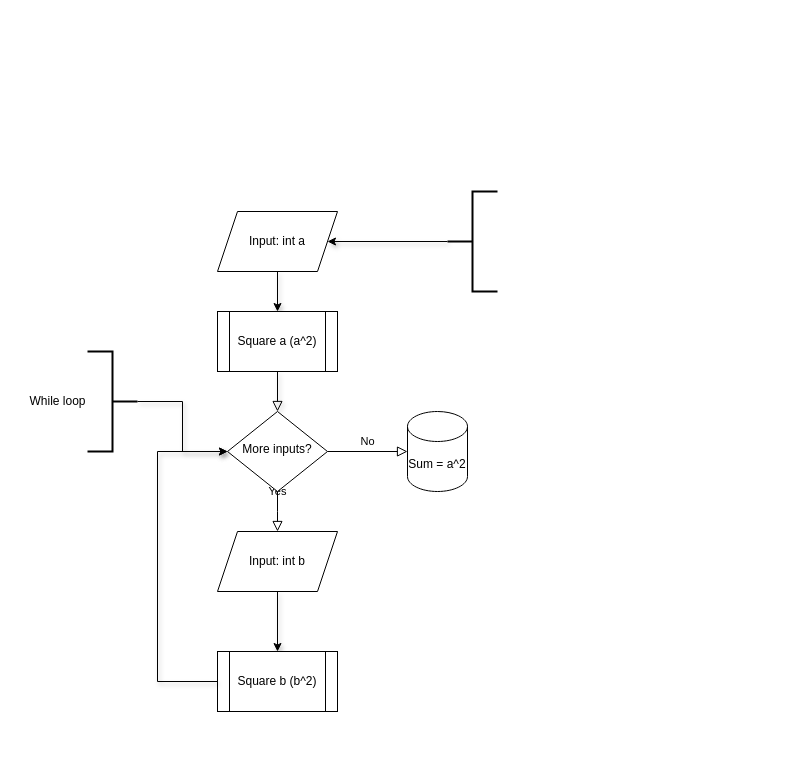
Earlier version of the draw.io diagram Untitled Diagram.drawio (Hershewajue/Algorithms). Source tidied: cells renumbered, new cells numbered last; positions are measured from the earlier drawing's top-left corner, leaving out a move shared by most shapes. Both pictures are drawn from the tidied source at 100%, with x=0, y=0 at pixel (17, 191).
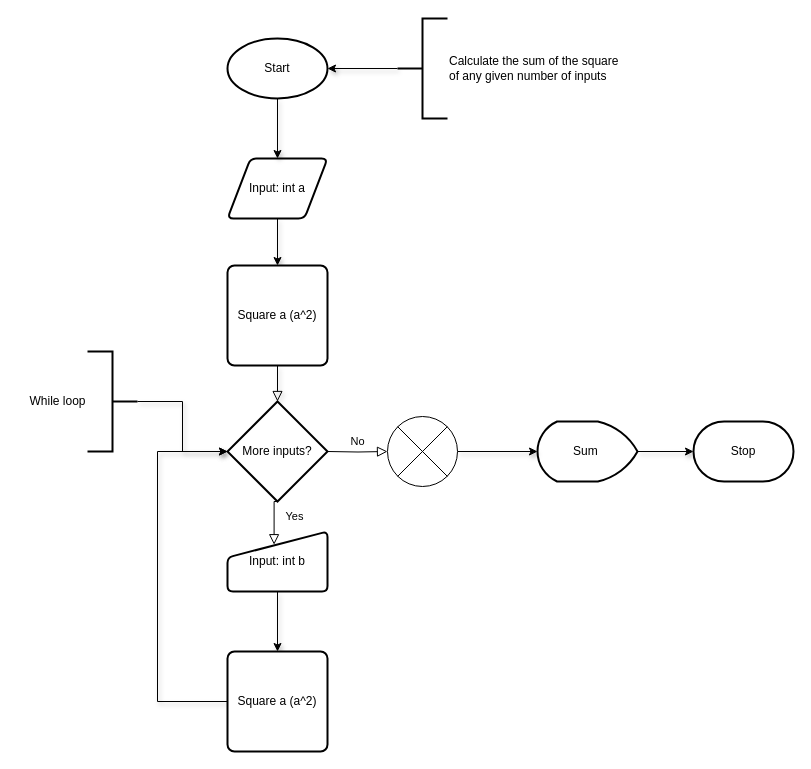
The same page after the edit.

Change to the diagram source:
```diff
@@
-    <mxCell id="2" style="rounded=0;html=1;jettySize=auto;fontSize=11;endArrow=block;endFill=0;endSize=8;strokeWidth=1;shadow=1;labelBackgroundColor=none;edgeStyle=orthogonalEdgeStyle;exitX=0.5;exitY=1;exitDx=0;exitDy=0;" parent="1" edge="1" source="9" target="6">
+    <mxCell id="2" style="rounded=0;html=1;jettySize=auto;fontSize=11;endArrow=block;endFill=0;endSize=8;strokeWidth=1;shadow=1;labelBackgroundColor=none;edgeStyle=orthogonalEdgeStyle;exitX=0.5;exitY=1;exitDx=0;exitDy=0;entryX=0.5;entryY=0;entryDx=0;entryDy=0;entryPerimeter=0;" parent="1" edge="1" source="26" target="6">
       <mxGeometry relative="1" as="geometry" />
     </mxCell>
-    <mxCell id="3" style="edgeStyle=orthogonalEdgeStyle;rounded=0;jettySize=auto;html=1;shadow=1;entryX=0.5;entryY=0;entryDx=0;entryDy=0;exitX=0.5;exitY=1;exitDx=0;exitDy=0;" parent="1" edge="1" source="7" target="9">
+    <mxCell id="3" style="edgeStyle=orthogonalEdgeStyle;rounded=0;jettySize=auto;html=1;shadow=1;entryX=0.5;entryY=0;entryDx=0;entryDy=0;exitX=0.5;exitY=1;exitDx=0;exitDy=0;" parent="1" edge="1" source="7" target="26">
       <mxGeometry relative="1" as="geometry" />
     </mxCell>
-    <mxCell id="4" value="Yes" style="rounded=0;html=1;jettySize=auto;fontSize=11;endArrow=block;endFill=0;endSize=8;strokeWidth=1;shadow=0;labelBackgroundColor=none;edgeStyle=orthogonalEdgeStyle;" parent="1" edge="1" source="6">
+    <mxCell id="4" value="Yes" style="rounded=0;html=1;jettySize=auto;fontSize=11;endArrow=block;endFill=0;endSize=8;strokeWidth=1;shadow=0;labelBackgroundColor=none;edgeStyle=orthogonalEdgeStyle;entryX=0.466;entryY=0.22;entryDx=0;entryDy=0;entryPerimeter=0;" parent="1" edge="1" target="10">
       <mxGeometry y="20" relative="1" as="geometry">
-        <mxPoint x="260" y="340" as="targetPoint" />
+        <mxPoint x="260" y="300" as="sourcePoint" />
+        <Array as="points">
+          <mxPoint x="260" y="310" />
+          <mxPoint x="257" y="310" />
+        </Array>
       </mxGeometry>
     </mxCell>
-    <mxCell id="5" value="No" style="edgeStyle=orthogonalEdgeStyle;rounded=0;html=1;jettySize=auto;fontSize=11;endArrow=block;endFill=0;endSize=8;strokeWidth=1;shadow=0;labelBackgroundColor=none;entryX=0;entryY=0.5;entryDx=0;entryDy=0;entryPerimeter=0;" parent="1" edge="1" source="6" target="8">
-      <mxGeometry y="10" relative="1" as="geometry" />
+    <mxCell id="5" value="No" style="edgeStyle=orthogonalEdgeStyle;rounded=0;html=1;jettySize=auto;fontSize=11;endArrow=block;endFill=0;endSize=8;strokeWidth=1;shadow=0;labelBackgroundColor=none;entryX=0;entryY=0.5;entryDx=0;entryDy=0;entryPerimeter=0;" parent="1" edge="1" target="25">
+      <mxGeometry y="10" relative="1" as="geometry">
+        <mxPoint x="310" y="260" as="sourcePoint" />
+      </mxGeometry>
     </mxCell>
-    <mxCell id="6" value="More inputs?" style="rhombus;whiteSpace=wrap;html=1;shadow=0;fontFamily=Helvetica;fontSize=12;align=center;strokeWidth=1;spacing=6;spacingTop=-4;" parent="1" vertex="1">
-      <mxGeometry x="210" y="220" width="100" height="80" as="geometry" />
-    </mxCell>
-    <mxCell id="7" value="Input: int a" style="shape=parallelogram;perimeter=parallelogramPerimeter;whiteSpace=wrap;html=1;fixedSize=1;" parent="1" vertex="1">
-      <mxGeometry x="200" y="20" width="120" height="60" as="geometry" />
-    </mxCell>
-    <mxCell id="8" value="Sum = a^2" style="shape=cylinder3;whiteSpace=wrap;html=1;boundedLbl=1;backgroundOutline=1;size=15;" parent="1" vertex="1">
-      <mxGeometry x="390" y="220" width="60" height="80" as="geometry" />
-    </mxCell>
-    <mxCell id="9" value="Square a (a^2)" style="shape=process;whiteSpace=wrap;html=1;backgroundOutline=1;" parent="1" vertex="1">
-      <mxGeometry x="200" y="120" width="120" height="60" as="geometry" />
-    </mxCell>
-    <mxCell id="10" value="Input: int b" style="shape=parallelogram;perimeter=parallelogramPerimeter;whiteSpace=wrap;html=1;fixedSize=1;" parent="1" vertex="1">
-      <mxGeometry x="200" y="340" width="120" height="60" as="geometry" />
-    </mxCell>
-    <mxCell id="11" style="edgeStyle=orthogonalEdgeStyle;rounded=0;jettySize=auto;html=1;shadow=1;entryX=0.5;entryY=0;entryDx=0;entryDy=0;exitX=0.5;exitY=1;exitDx=0;exitDy=0;" parent="1" edge="1" source="10" target="12">
+    <mxCell id="11" style="edgeStyle=orthogonalEdgeStyle;rounded=0;jettySize=auto;html=1;shadow=1;entryX=0.5;entryY=0;entryDx=0;entryDy=0;exitX=0.5;exitY=1;exitDx=0;exitDy=0;" parent="1" edge="1" source="10" target="27">
       <mxGeometry relative="1" as="geometry" />
     </mxCell>
-    <mxCell id="12" value="Square b (b^2)" style="shape=process;whiteSpace=wrap;html=1;backgroundOutline=1;" parent="1" vertex="1">
-      <mxGeometry x="200" y="460" width="120" height="60" as="geometry" />
-    </mxCell>
-    <mxCell id="13" style="endArrow=classic;html=1;rounded=0;shadow=1;entryX=0;entryY=0.5;entryDx=0;entryDy=0;exitX=0;exitY=0.5;exitDx=0;exitDy=0;" parent="1" edge="1" source="12" target="6">
+    <mxCell id="13" style="endArrow=classic;html=1;rounded=0;shadow=1;entryX=0;entryY=0.5;entryDx=0;entryDy=0;exitX=0;exitY=0.5;exitDx=0;exitDy=0;" parent="1" edge="1" source="27">
       <mxGeometry relative="1" as="geometry">
+        <mxPoint x="210" y="260" as="targetPoint" />
         <Array as="points">
-          <mxPoint x="140" y="490" />
+          <mxPoint x="140" y="510" />
           <mxPoint x="140" y="260" />
         </Array>
       </mxGeometry>
     </mxCell>
-    <mxCell id="14" style="edgeStyle=orthogonalEdgeStyle;rounded=0;jettySize=auto;html=1;shadow=1;" parent="1" edge="1" source="15" target="7">
+    <mxCell id="14" style="edgeStyle=orthogonalEdgeStyle;rounded=0;jettySize=auto;html=1;shadow=1;entryX=1;entryY=0.5;entryDx=0;entryDy=0;entryPerimeter=0;" parent="1" edge="1" source="15" target="23">
       <mxGeometry relative="1" as="geometry" />
     </mxCell>
-    <mxCell id="15" style="strokeWidth=2;html=1;shape=mxgraph.flowchart.annotation_2;align=left;labelPosition=right;" parent="1" vertex="1">
-      <mxGeometry x="430" width="50" height="100" as="geometry" />
+    <mxCell id="15" value="Calculate the sum of the square &lt;br&gt;of any given number of inputs" style="strokeWidth=2;html=1;shape=mxgraph.flowchart.annotation_2;align=left;labelPosition=right;" parent="1" vertex="1">
+      <mxGeometry x="380" y="-173" width="50" height="100" as="geometry" />
     </mxCell>
@@
+    <mxCell id="7" value="Input: int a" style="shape=parallelogram;html=1;strokeWidth=2;perimeter=parallelogramPerimeter;whiteSpace=wrap;rounded=1;arcSize=12;size=0.23;" parent="1" vertex="1">
+      <mxGeometry x="210" y="-33" width="100" height="60" as="geometry" />
+    </mxCell>
+    <mxCell id="19" style="edgeStyle=orthogonalEdgeStyle;rounded=0;jettySize=auto;html=1;shadow=1;" parent="1" edge="1" source="20" target="21">
+      <mxGeometry relative="1" as="geometry" />
+    </mxCell>
+    <mxCell id="20" value="Sum&amp;nbsp;" style="strokeWidth=2;html=1;shape=mxgraph.flowchart.display;whiteSpace=wrap;direction=west;" parent="1" vertex="1">
+      <mxGeometry x="520" y="230" width="100" height="60" as="geometry" />
+    </mxCell>
+    <mxCell id="21" value="Stop" style="strokeWidth=2;html=1;shape=mxgraph.flowchart.terminator;whiteSpace=wrap;" parent="1" vertex="1">
+      <mxGeometry x="676" y="230" width="100" height="60" as="geometry" />
+    </mxCell>
+    <mxCell id="22" style="edgeStyle=orthogonalEdgeStyle;rounded=0;jettySize=auto;html=1;shadow=1;" parent="1" edge="1" source="23" target="7">
+      <mxGeometry relative="1" as="geometry" />
+    </mxCell>
+    <mxCell id="23" value="Start" style="strokeWidth=2;html=1;shape=mxgraph.flowchart.start_1;whiteSpace=wrap;" parent="1" vertex="1">
+      <mxGeometry x="210" y="-153" width="100" height="60" as="geometry" />
+    </mxCell>
+    <mxCell id="24" style="edgeStyle=orthogonalEdgeStyle;rounded=0;jettySize=auto;html=1;shadow=1;exitX=1;exitY=0.5;exitDx=0;exitDy=0;exitPerimeter=0;" parent="1" edge="1" source="25" target="20">
+      <mxGeometry relative="1" as="geometry" />
+    </mxCell>
+    <mxCell id="25" style="verticalLabelPosition=bottom;verticalAlign=top;html=1;shape=mxgraph.flowchart.or;" parent="1" vertex="1">
+      <mxGeometry x="370" y="225" width="70" height="70" as="geometry" />
+    </mxCell>
+    <mxCell id="26" value="Square a (a^2)" style="rounded=1;whiteSpace=wrap;html=1;absoluteArcSize=1;arcSize=14;strokeWidth=2;" parent="1" vertex="1">
+      <mxGeometry x="210" y="74" width="100" height="100" as="geometry" />
+    </mxCell>
+    <mxCell id="27" value="Square a (a^2)" style="rounded=1;whiteSpace=wrap;html=1;absoluteArcSize=1;arcSize=14;strokeWidth=2;" parent="1" vertex="1">
+      <mxGeometry x="210" y="460" width="100" height="100" as="geometry" />
+    </mxCell>
+    <mxCell id="10" value="Input: int b" style="html=1;strokeWidth=2;shape=manualInput;whiteSpace=wrap;rounded=1;size=26;arcSize=11;" parent="1" vertex="1">
+      <mxGeometry x="210" y="340" width="100" height="60" as="geometry" />
+    </mxCell>
+    <mxCell id="6" value="More inputs?" style="strokeWidth=2;html=1;shape=mxgraph.flowchart.decision;whiteSpace=wrap;" parent="1" vertex="1">
+      <mxGeometry x="210" y="210" width="100" height="100" as="geometry" />
+    </mxCell>
```
